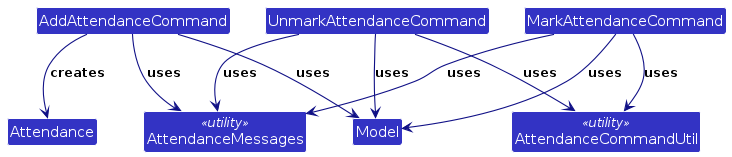
Earlier version of the PlantUML export diagrams/AttendanceClassDiagram.png (AY2526S1-CS2103T-T10-3/tp). Its source is kept beside it as diagrams/AttendanceClassDiagram.puml. Its diagram source:
```plantuml
@startuml
!include style.puml
skinparam arrowThickness 1.1
skinparam arrowColor LOGIC_COLOR_T4
skinparam classBackgroundColor LOGIC_COLOR
class Attendance {
  - eventId: EventId
  - memberName: Name
  - hasAttended: boolean
  + markAttended(): Attendance
  + markAbsent(): Attendance
}

class AddAttendanceCommand {
  - eventId: EventId
  - memberNames: List<Name>
  + execute(model: Model): CommandResult
}

class MarkAttendanceCommand {
  - eventId: EventId
  - memberNames: List<Name>
  + execute(model: Model): CommandResult
}

class UnmarkAttendanceCommand {
  - eventId: EventId
  - memberNames: List<Name>
  + execute(model: Model): CommandResult
}

class AttendanceMessages <<utility>> {
  + buildAddAttendanceResult(...)
  + buildMarkAttendanceResult(...)
  + buildUnmarkAttendanceResult(...)
}

class AttendanceCommandUtil <<utility>> {
  + collectAttendanceByName(model, eventId)
}

class Model {
  ...
}

AddAttendanceCommand --> AttendanceMessages : uses
AddAttendanceCommand --> Attendance : creates
AddAttendanceCommand --> Model : uses

MarkAttendanceCommand --> AttendanceMessages : uses
MarkAttendanceCommand --> AttendanceCommandUtil : uses
MarkAttendanceCommand --> Model : uses

UnmarkAttendanceCommand --> AttendanceMessages : uses
UnmarkAttendanceCommand --> AttendanceCommandUtil : uses
UnmarkAttendanceCommand --> Model : uses

@enduml
```
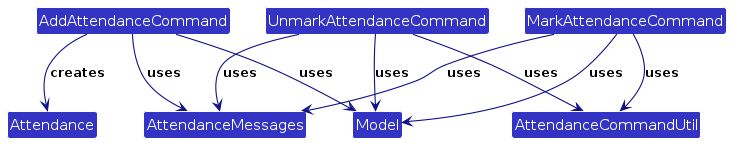
Above is the later version.

Change to the diagram source:
```diff
@@ -29,14 +29,15 @@
   + execute(model: Model): CommandResult
 }
 
-class AttendanceMessages <<utility>> {
-  + buildAddAttendanceResult(...)
-  + buildMarkAttendanceResult(...)
-  + buildUnmarkAttendanceResult(...)
+class AttendanceMessages {
+  {static} buildAddAttendanceResult(eventId, added, duplicates, missing)
+  {static} buildMarkAttendanceResult(eventId, newlyMarked, alreadyMarked, missing)
+  {static} buildUnmarkAttendanceResult(eventId, newlyAbsent, alreadyAbsent, missing)
+  {static} buildRemoveAttendanceResult(eventId, removedMembers, missing)
 }
 
-class AttendanceCommandUtil <<utility>> {
-  + collectAttendanceByName(model, eventId)
+class AttendanceCommandUtil {
+  {static} collectAttendanceByName(model, eventId)
 }
 
 class Model {
```
